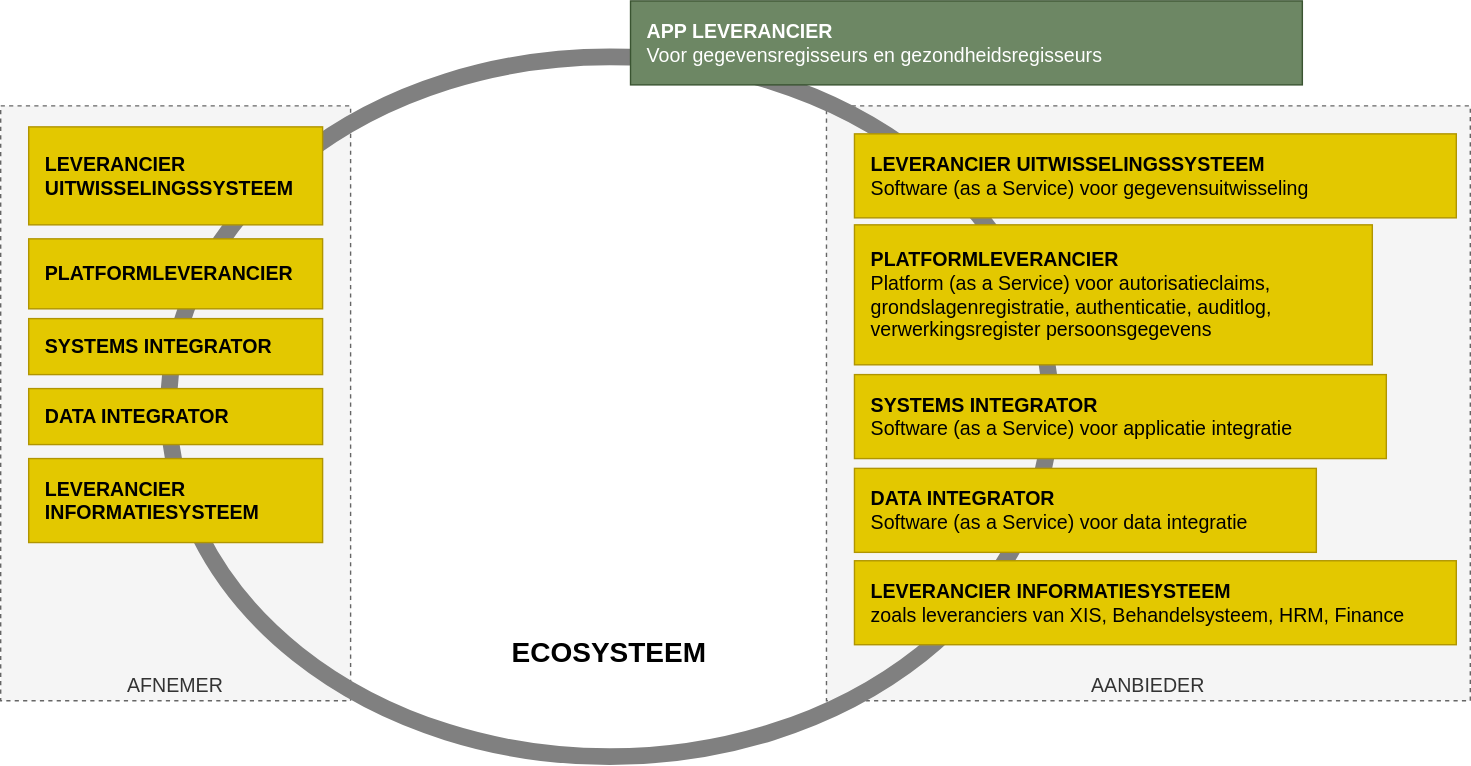
Above: .gitbook/assets/suppliers.svg in dizra/docs (draw.io), before the change. Source tidied: cells renumbered, new cells last; positions are measured from the earlier drawing's top-left corner, leaving out a move shared by most shapes.
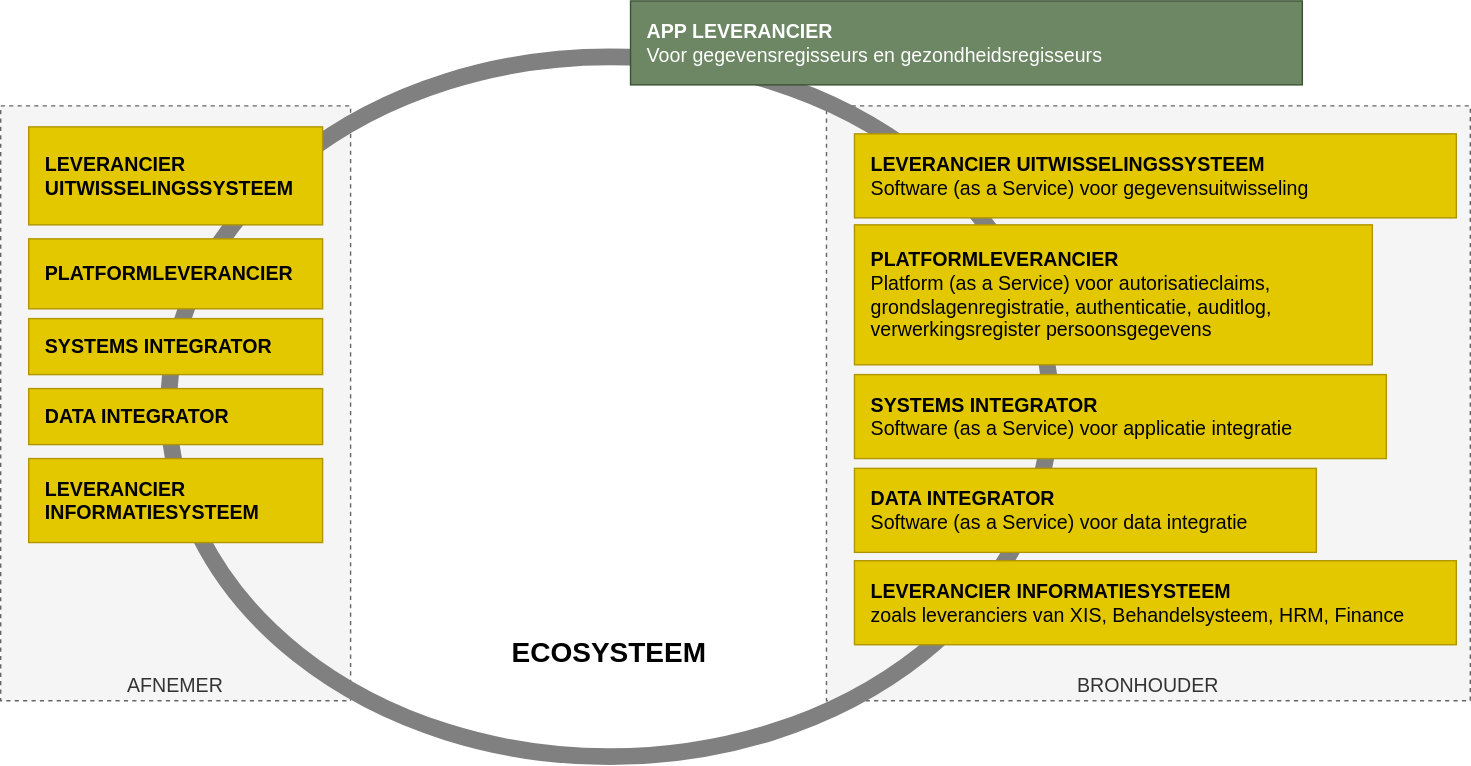
The same file after the commit.

What changed in the source:
```diff
@@ -2,7 +2,7 @@
   <root>
     <mxCell id="0" />
     <mxCell id="1" parent="0" />
-    <mxCell id="2" value="AANBIEDER" style="rounded=0;whiteSpace=wrap;html=1;fontSize=14;verticalAlign=bottom;dashed=1;fillColor=#f5f5f5;strokeColor=#666666;fontColor=#333333;glass=0;strokeOpacity=100;" parent="1" vertex="1">
+    <mxCell id="2" value="BRONHOUDER" style="rounded=0;whiteSpace=wrap;html=1;fontSize=14;verticalAlign=bottom;dashed=1;fillColor=#f5f5f5;strokeColor=#666666;fontColor=#333333;glass=0;strokeOpacity=100;" parent="1" vertex="1">
       <mxGeometry x="590" y="75" width="460" height="425" as="geometry" />
     </mxCell>
     <mxCell id="3" value="AFNEMER" style="rounded=0;whiteSpace=wrap;html=1;fontSize=14;verticalAlign=bottom;dashed=1;fillColor=#f5f5f5;strokeColor=#666666;fontColor=#333333;glass=0;" parent="1" vertex="1">
```
